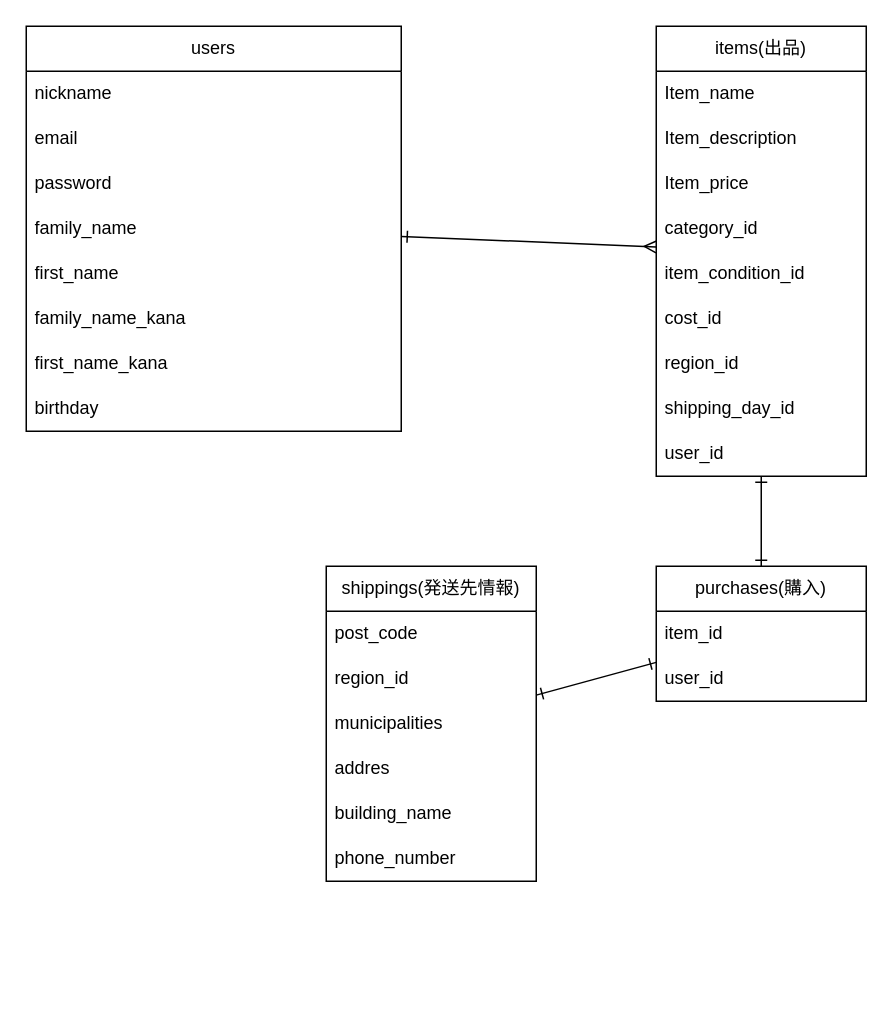
This is furima.drawio from Kenyy0804/furima-40392, a draw.io file, before an edit. Source tidied: cells renumbered, new cells numbered last; positions are measured from the earlier drawing's top-left corner, leaving out a move shared by most shapes. Both pictures are drawn from the tidied source at 150%, with x=0, y=0 at pixel (26, 26).
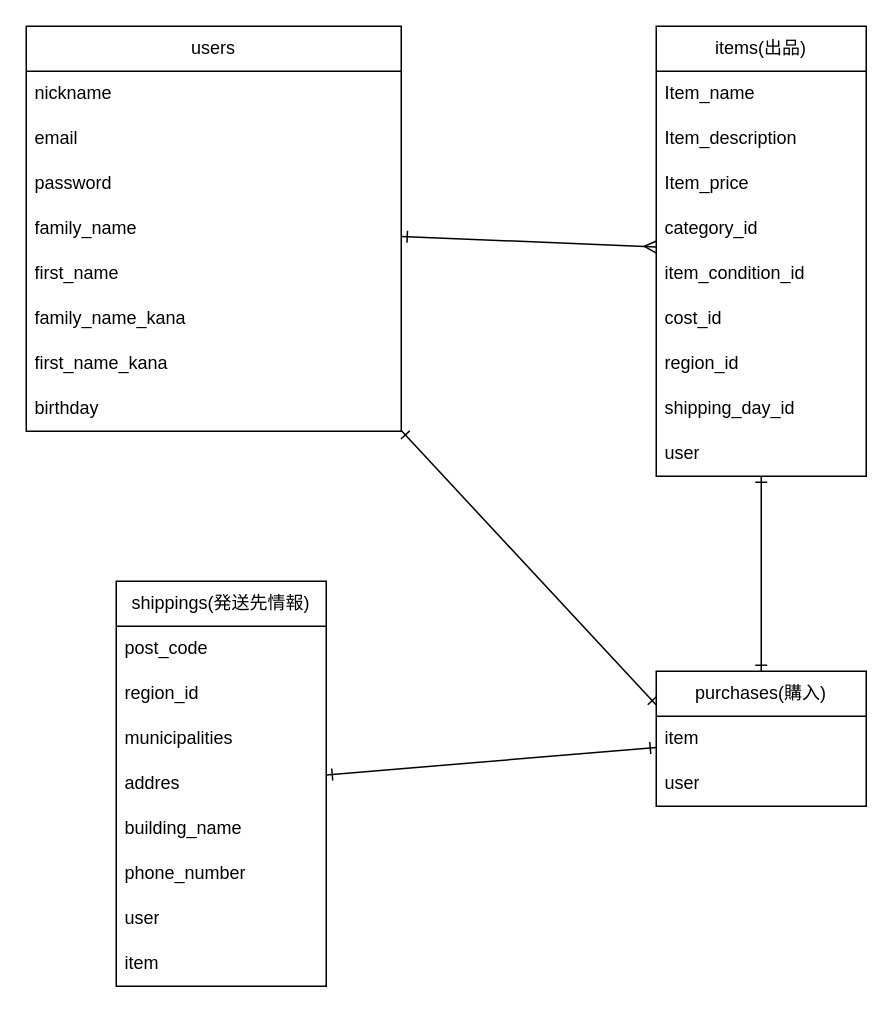
Above is the later version.

Commit message (it also covers changes not shown here):
DB設計の修正４

Unchanged cells that the change refers to:
```xml
<mxCell id="3" value="users" style="swimlane;fontStyle=0;horizontal=1;startSize=30;whiteSpace=wrap;html=1;" parent="1" vertex="1">
  <mxGeometry width="250" height="270" as="geometry" />
</mxCell>
<mxCell id="12" value="items(出品)" style="swimlane;fontStyle=0;horizontal=1;startSize=30;whiteSpace=wrap;html=1;" parent="1" vertex="1">
  <mxGeometry x="420" width="140" height="300" as="geometry" />
</mxCell>
```

Diff of the diagram source:
```diff
@@
-    <mxCell id="21" value="user_id" style="text;strokeColor=none;fillColor=none;align=left;verticalAlign=middle;spacingLeft=4;spacingRight=4;overflow=hidden;points=[[0,0.5],[1,0.5]];portConstraint=eastwest;whiteSpace=wrap;html=1;" parent="12" vertex="1">
+    <mxCell id="21" value="user" style="text;strokeColor=none;fillColor=none;align=left;verticalAlign=middle;spacingLeft=4;spacingRight=4;overflow=hidden;points=[[0,0.5],[1,0.5]];portConstraint=eastwest;whiteSpace=wrap;html=1;" parent="12" vertex="1">
       <mxGeometry y="270" width="140" height="30" as="geometry" />
     </mxCell>
+    <mxCell id="34" style="edgeStyle=none;html=1;exitX=0;exitY=0.25;exitDx=0;exitDy=0;startArrow=ERone;startFill=0;endArrow=ERone;endFill=0;" parent="1" edge="1" source="22" target="3">
+      <mxGeometry relative="1" as="geometry" />
+    </mxCell>
     <mxCell id="22" value="purchases(購入)" style="swimlane;fontStyle=0;horizontal=1;startSize=30;whiteSpace=wrap;html=1;" parent="1" vertex="1">
-      <mxGeometry x="420" y="360" width="140" height="90" as="geometry" />
+      <mxGeometry x="420" y="430" width="140" height="90" as="geometry" />
     </mxCell>
-    <mxCell id="23" value="item_id" style="text;strokeColor=none;fillColor=none;align=left;verticalAlign=middle;spacingLeft=4;spacingRight=4;overflow=hidden;whiteSpace=wrap;html=1;" parent="22" vertex="1">
+    <mxCell id="23" value="item" style="text;strokeColor=none;fillColor=none;align=left;verticalAlign=middle;spacingLeft=4;spacingRight=4;overflow=hidden;whiteSpace=wrap;html=1;" parent="22" vertex="1">
       <mxGeometry y="30" width="140" height="30" as="geometry" />
     </mxCell>
-    <mxCell id="24" value="user_id" style="text;strokeColor=none;fillColor=none;align=left;verticalAlign=middle;spacingLeft=4;spacingRight=4;overflow=hidden;whiteSpace=wrap;html=1;" parent="22" vertex="1">
+    <mxCell id="24" value="user" style="text;strokeColor=none;fillColor=none;align=left;verticalAlign=middle;spacingLeft=4;spacingRight=4;overflow=hidden;whiteSpace=wrap;html=1;" parent="22" vertex="1">
       <mxGeometry y="60" width="140" height="30" as="geometry" />
     </mxCell>
     <mxCell id="25" value="shippings(発送先情報)" style="swimlane;fontStyle=0;horizontal=1;startSize=30;whiteSpace=wrap;html=1;" parent="1" vertex="1">
-      <mxGeometry x="200" y="360" width="140" height="210" as="geometry" />
+      <mxGeometry x="60" y="370" width="140" height="270" as="geometry" />
     </mxCell>
@@
+    <mxCell id="35" value="user" style="text;strokeColor=none;fillColor=none;align=left;verticalAlign=middle;spacingLeft=4;spacingRight=4;overflow=hidden;whiteSpace=wrap;html=1;" parent="25" vertex="1">
+      <mxGeometry y="210" width="140" height="30" as="geometry" />
+    </mxCell>
+    <mxCell id="36" value="item" style="text;strokeColor=none;fillColor=none;align=left;verticalAlign=middle;spacingLeft=4;spacingRight=4;overflow=hidden;whiteSpace=wrap;html=1;" parent="25" vertex="1">
+      <mxGeometry y="240" width="140" height="30" as="geometry" />
+    </mxCell>
```
